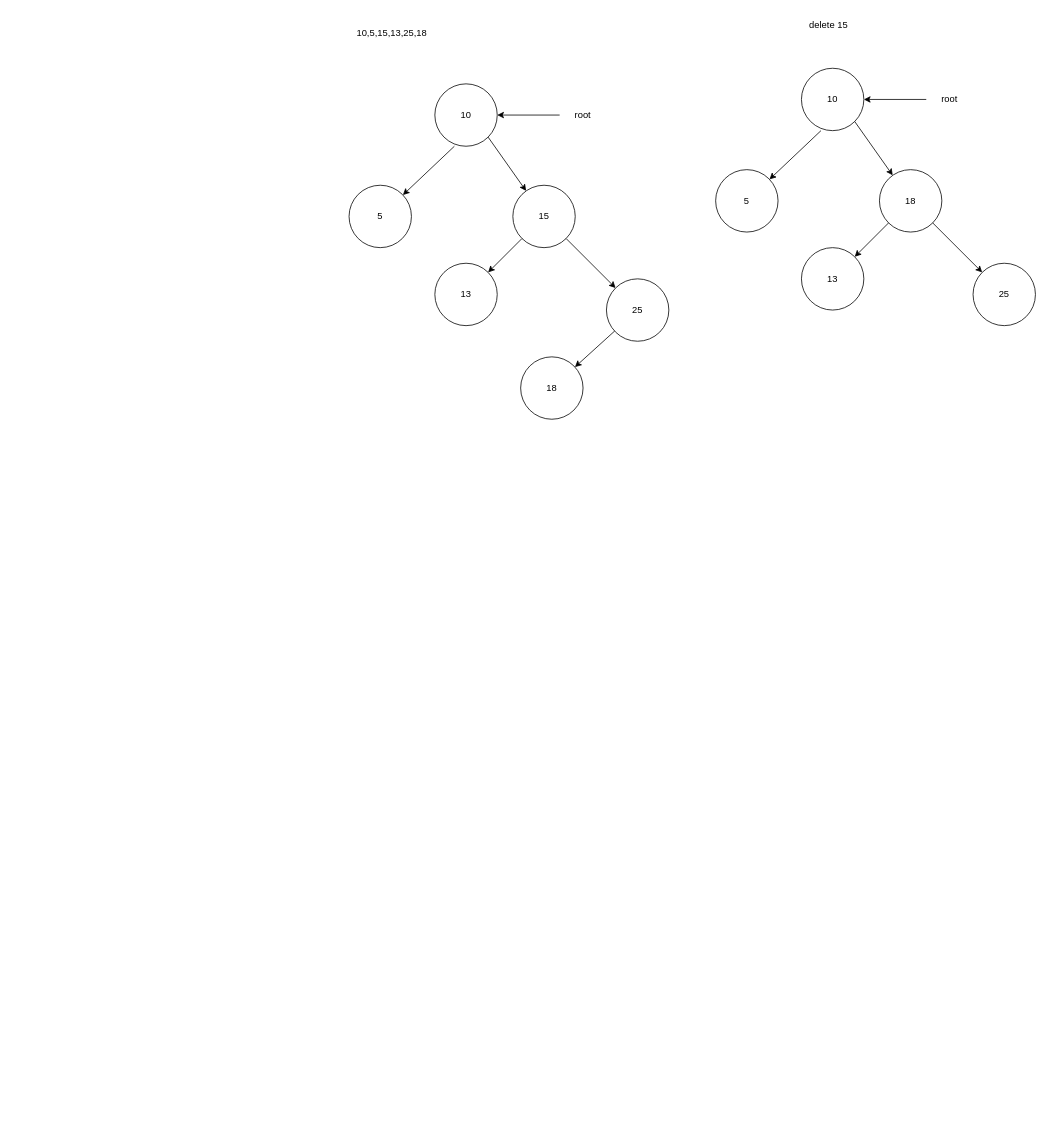
The draw.io diagram page "Delete" (4 of 6) of diagram/BinarySearchTree.drawio in mrthetkhine/AdvancedSEBatch7, before the edit. Source tidied: cells renumbered, new cells numbered last; positions are measured from the earlier drawing's top-left corner, leaving out a move shared by most shapes. Both pictures are drawn from the tidied source at 78%, with x=0, y=0 at pixel (325, 13).
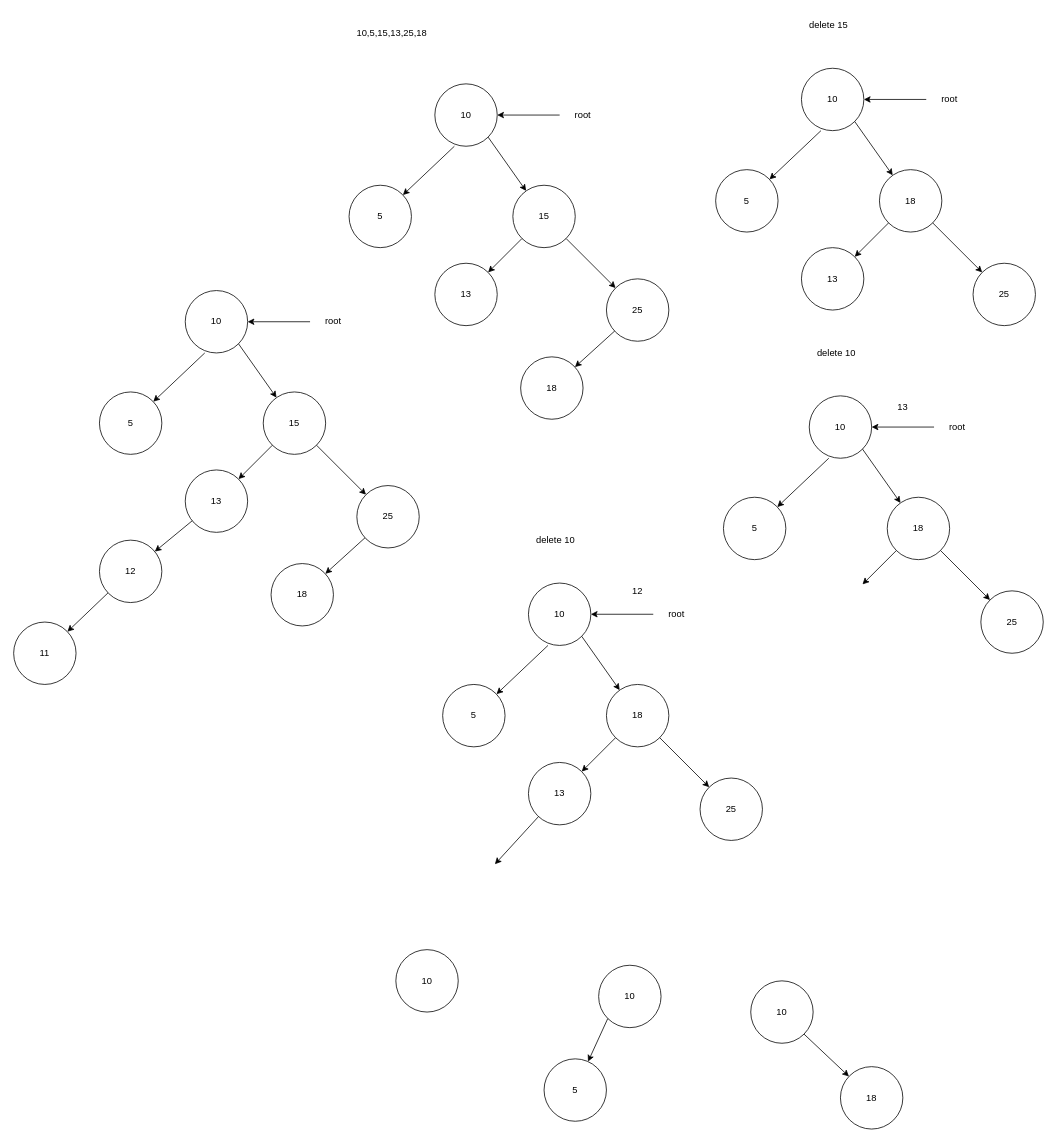
Above is the later version.

Diff of the diagram source:
```diff
@@
+    <mxCell id="28" style="edgeStyle=orthogonalEdgeStyle;rounded=0;jettySize=auto;html=1;" parent="1" edge="1" source="29" target="30">
+      <mxGeometry relative="1" as="geometry" />
+    </mxCell>
+    <mxCell id="29" value="root" style="text;html=1;strokeColor=none;fillColor=none;align=center;verticalAlign=middle;whiteSpace=wrap;rounded=0;" parent="1" vertex="1">
+      <mxGeometry x="780" y="515" width="60" height="30" as="geometry" />
+    </mxCell>
+    <mxCell id="30" value="10" style="ellipse;whiteSpace=wrap;html=1;" parent="1" vertex="1">
+      <mxGeometry x="620" y="490" width="80" height="80" as="geometry" />
+    </mxCell>
+    <mxCell id="31" value="5" style="ellipse;whiteSpace=wrap;html=1;" parent="1" vertex="1">
+      <mxGeometry x="510" y="620" width="80" height="80" as="geometry" />
+    </mxCell>
+    <mxCell id="32" style="endArrow=classic;html=1;rounded=0;exitX=0.313;exitY=1;exitDx=0;exitDy=0;exitPerimeter=0;" parent="1" edge="1" source="30" target="31">
+      <mxGeometry relative="1" as="geometry" />
+    </mxCell>
+    <mxCell id="33" value="18" style="ellipse;whiteSpace=wrap;html=1;" parent="1" vertex="1">
+      <mxGeometry x="720" y="620" width="80" height="80" as="geometry" />
+    </mxCell>
+    <mxCell id="34" style="endArrow=classic;html=1;rounded=0;exitX=1;exitY=1;exitDx=0;exitDy=0;" parent="1" edge="1" source="30" target="33">
+      <mxGeometry relative="1" as="geometry" />
+    </mxCell>
+    <mxCell id="35" value="25" style="ellipse;whiteSpace=wrap;html=1;" parent="1" vertex="1">
+      <mxGeometry x="840" y="740" width="80" height="80" as="geometry" />
+    </mxCell>
+    <mxCell id="36" style="endArrow=classic;html=1;rounded=0;" parent="1" edge="1" source="33" target="35">
+      <mxGeometry relative="1" as="geometry" />
+    </mxCell>
+    <mxCell id="37" style="endArrow=classic;html=1;rounded=0;" parent="1" edge="1" source="33">
+      <mxGeometry relative="1" as="geometry">
+        <mxPoint x="688.3" y="731.7" as="targetPoint" />
+      </mxGeometry>
+    </mxCell>
+    <mxCell id="38" value="delete 10" style="text;html=1;strokeColor=none;fillColor=none;align=center;verticalAlign=middle;whiteSpace=wrap;rounded=0;" parent="1" vertex="1">
+      <mxGeometry x="570" y="420" width="170" height="30" as="geometry" />
+    </mxCell>
+    <mxCell id="39" value="13" style="text;html=1;strokeColor=none;fillColor=none;align=center;verticalAlign=middle;whiteSpace=wrap;rounded=0;" parent="1" vertex="1">
+      <mxGeometry x="710" y="490" width="60" height="30" as="geometry" />
+    </mxCell>
+    <mxCell id="40" style="edgeStyle=orthogonalEdgeStyle;rounded=0;jettySize=auto;html=1;" parent="1" edge="1" source="41" target="42">
+      <mxGeometry relative="1" as="geometry" />
+    </mxCell>
+    <mxCell id="41" value="root" style="text;html=1;strokeColor=none;fillColor=none;align=center;verticalAlign=middle;whiteSpace=wrap;rounded=0;" parent="1" vertex="1">
+      <mxGeometry x="420" y="755" width="60" height="30" as="geometry" />
+    </mxCell>
+    <mxCell id="42" value="10" style="ellipse;whiteSpace=wrap;html=1;" parent="1" vertex="1">
+      <mxGeometry x="260" y="730" width="80" height="80" as="geometry" />
+    </mxCell>
+    <mxCell id="43" value="5" style="ellipse;whiteSpace=wrap;html=1;" parent="1" vertex="1">
+      <mxGeometry x="150" y="860" width="80" height="80" as="geometry" />
+    </mxCell>
+    <mxCell id="44" style="endArrow=classic;html=1;rounded=0;exitX=0.313;exitY=1;exitDx=0;exitDy=0;exitPerimeter=0;" parent="1" edge="1" source="42" target="43">
+      <mxGeometry relative="1" as="geometry" />
+    </mxCell>
+    <mxCell id="45" value="18" style="ellipse;whiteSpace=wrap;html=1;" parent="1" vertex="1">
+      <mxGeometry x="360" y="860" width="80" height="80" as="geometry" />
+    </mxCell>
+    <mxCell id="46" style="endArrow=classic;html=1;rounded=0;exitX=1;exitY=1;exitDx=0;exitDy=0;" parent="1" edge="1" source="42" target="45">
+      <mxGeometry relative="1" as="geometry" />
+    </mxCell>
+    <mxCell id="47" value="25" style="ellipse;whiteSpace=wrap;html=1;" parent="1" vertex="1">
+      <mxGeometry x="480" y="980" width="80" height="80" as="geometry" />
+    </mxCell>
+    <mxCell id="48" style="endArrow=classic;html=1;rounded=0;" parent="1" edge="1" source="45" target="47">
+      <mxGeometry relative="1" as="geometry" />
+    </mxCell>
+    <mxCell id="49" value="13" style="ellipse;whiteSpace=wrap;html=1;" parent="1" vertex="1">
+      <mxGeometry x="260" y="960" width="80" height="80" as="geometry" />
+    </mxCell>
+    <mxCell id="50" style="endArrow=classic;html=1;rounded=0;" parent="1" edge="1" source="45" target="49">
+      <mxGeometry relative="1" as="geometry" />
+    </mxCell>
+    <mxCell id="51" value="delete 10" style="text;html=1;strokeColor=none;fillColor=none;align=center;verticalAlign=middle;whiteSpace=wrap;rounded=0;" parent="1" vertex="1">
+      <mxGeometry x="210" y="660" width="170" height="30" as="geometry" />
+    </mxCell>
+    <mxCell id="52" style="endArrow=classic;html=1;rounded=0;" parent="1" edge="1" source="49">
+      <mxGeometry relative="1" as="geometry">
+        <mxPoint x="217" y="1090.5" as="targetPoint" />
+      </mxGeometry>
+    </mxCell>
+    <mxCell id="53" value="12" style="text;html=1;strokeColor=none;fillColor=none;align=center;verticalAlign=middle;whiteSpace=wrap;rounded=0;" parent="1" vertex="1">
+      <mxGeometry x="370" y="725" width="60" height="30" as="geometry" />
+    </mxCell>
+    <mxCell id="54" value="10" style="ellipse;whiteSpace=wrap;html=1;" parent="1" vertex="1">
+      <mxGeometry x="90" y="1200" width="80" height="80" as="geometry" />
+    </mxCell>
+    <mxCell id="55" value="10" style="ellipse;whiteSpace=wrap;html=1;" parent="1" vertex="1">
+      <mxGeometry x="350" y="1220" width="80" height="80" as="geometry" />
+    </mxCell>
+    <mxCell id="56" value="5" style="ellipse;whiteSpace=wrap;html=1;" parent="1" vertex="1">
+      <mxGeometry x="280" y="1340" width="80" height="80" as="geometry" />
+    </mxCell>
+    <mxCell id="57" style="endArrow=classic;html=1;rounded=0;exitX=0;exitY=1;exitDx=0;exitDy=0;" parent="1" edge="1" source="55" target="56">
+      <mxGeometry relative="1" as="geometry" />
+    </mxCell>
+    <mxCell id="58" value="10" style="ellipse;whiteSpace=wrap;html=1;" parent="1" vertex="1">
+      <mxGeometry x="545" y="1240" width="80" height="80" as="geometry" />
+    </mxCell>
+    <mxCell id="59" value="18" style="ellipse;whiteSpace=wrap;html=1;" parent="1" vertex="1">
+      <mxGeometry x="660" y="1350" width="80" height="80" as="geometry" />
+    </mxCell>
+    <mxCell id="60" style="endArrow=classic;html=1;rounded=0;exitX=1;exitY=1;exitDx=0;exitDy=0;" parent="1" edge="1" source="58" target="59">
+      <mxGeometry relative="1" as="geometry" />
+    </mxCell>
+    <mxCell id="61" style="edgeStyle=orthogonalEdgeStyle;rounded=0;jettySize=auto;html=1;" parent="1" edge="1" source="62" target="63">
+      <mxGeometry relative="1" as="geometry" />
+    </mxCell>
+    <mxCell id="62" value="root" style="text;html=1;strokeColor=none;fillColor=none;align=center;verticalAlign=middle;whiteSpace=wrap;rounded=0;" parent="1" vertex="1">
+      <mxGeometry x="-20" y="380" width="60" height="30" as="geometry" />
+    </mxCell>
+    <mxCell id="63" value="10" style="ellipse;whiteSpace=wrap;html=1;" parent="1" vertex="1">
+      <mxGeometry x="-180" y="355" width="80" height="80" as="geometry" />
+    </mxCell>
+    <mxCell id="64" value="5" style="ellipse;whiteSpace=wrap;html=1;" parent="1" vertex="1">
+      <mxGeometry x="-290" y="485" width="80" height="80" as="geometry" />
+    </mxCell>
+    <mxCell id="65" style="endArrow=classic;html=1;rounded=0;exitX=0.313;exitY=1;exitDx=0;exitDy=0;exitPerimeter=0;" parent="1" edge="1" source="63" target="64">
+      <mxGeometry relative="1" as="geometry" />
+    </mxCell>
+    <mxCell id="66" value="15" style="ellipse;whiteSpace=wrap;html=1;" parent="1" vertex="1">
+      <mxGeometry x="-80" y="485" width="80" height="80" as="geometry" />
+    </mxCell>
+    <mxCell id="67" style="endArrow=classic;html=1;rounded=0;exitX=1;exitY=1;exitDx=0;exitDy=0;" parent="1" edge="1" source="63" target="66">
+      <mxGeometry relative="1" as="geometry" />
+    </mxCell>
+    <mxCell id="68" value="25" style="ellipse;whiteSpace=wrap;html=1;" parent="1" vertex="1">
+      <mxGeometry x="40" y="605" width="80" height="80" as="geometry" />
+    </mxCell>
+    <mxCell id="69" style="endArrow=classic;html=1;rounded=0;" parent="1" edge="1" source="66" target="68">
+      <mxGeometry relative="1" as="geometry" />
+    </mxCell>
+    <mxCell id="70" value="18" style="ellipse;whiteSpace=wrap;html=1;" parent="1" vertex="1">
+      <mxGeometry x="-70" y="705" width="80" height="80" as="geometry" />
+    </mxCell>
+    <mxCell id="71" style="endArrow=classic;html=1;rounded=0;" parent="1" edge="1" source="68" target="70">
+      <mxGeometry relative="1" as="geometry" />
+    </mxCell>
+    <mxCell id="72" value="13" style="ellipse;whiteSpace=wrap;html=1;" parent="1" vertex="1">
+      <mxGeometry x="-180" y="585" width="80" height="80" as="geometry" />
+    </mxCell>
+    <mxCell id="73" style="endArrow=classic;html=1;rounded=0;" parent="1" edge="1" source="66" target="72">
+      <mxGeometry relative="1" as="geometry" />
+    </mxCell>
+    <mxCell id="74" value="12" style="ellipse;whiteSpace=wrap;html=1;" parent="1" vertex="1">
+      <mxGeometry x="-290" y="675" width="80" height="80" as="geometry" />
+    </mxCell>
+    <mxCell id="75" value="11" style="ellipse;whiteSpace=wrap;html=1;" parent="1" vertex="1">
+      <mxGeometry x="-400" y="780" width="80" height="80" as="geometry" />
+    </mxCell>
+    <mxCell id="76" style="endArrow=classic;html=1;rounded=0;" parent="1" edge="1" source="74" target="75">
+      <mxGeometry relative="1" as="geometry" />
+    </mxCell>
+    <mxCell id="77" style="endArrow=classic;html=1;rounded=0;" parent="1" edge="1" source="72" target="74">
+      <mxGeometry relative="1" as="geometry" />
+    </mxCell>
```
